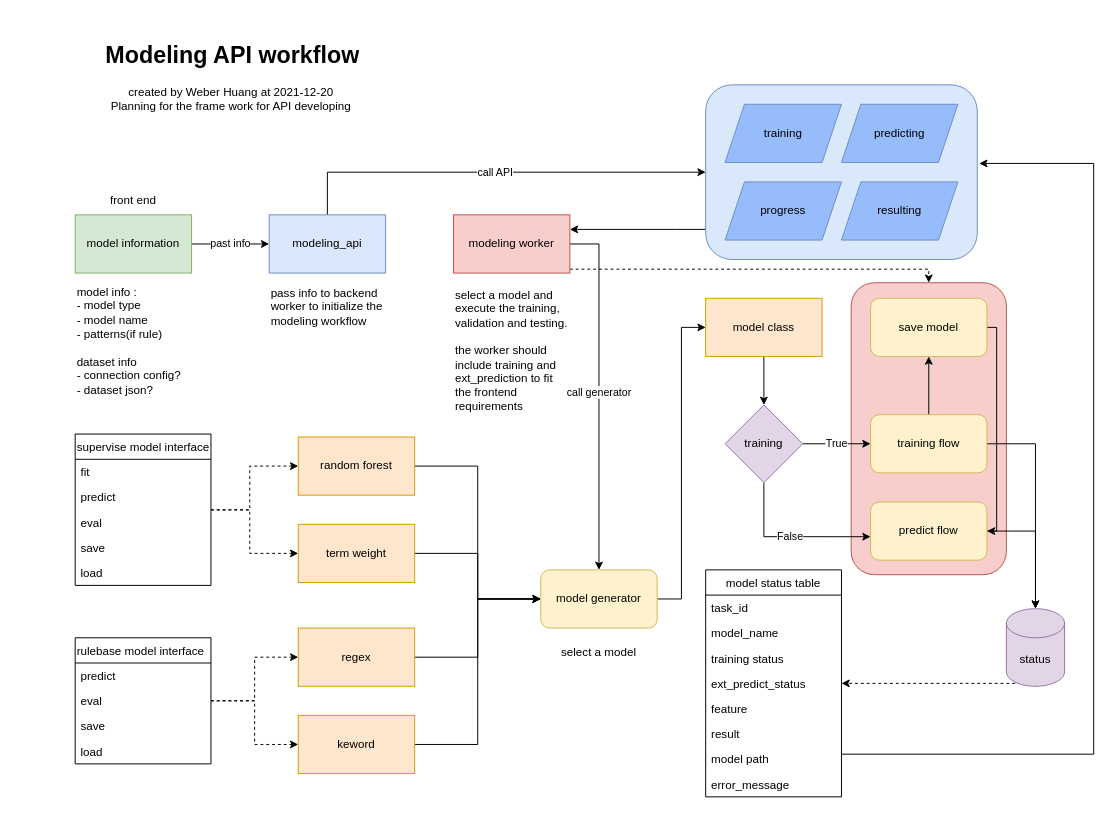
Earlier version of the draw.io diagram page "API planning" (1 of 4) of graph/modeling_api.drawio (ychuang789/labelapi). Source tidied: cells renumbered, new cells numbered last; positions are measured from the earlier drawing's top-left corner, leaving out a move shared by most shapes. Both pictures are drawn from the tidied source at 97%, with x=0, y=0 at pixel (75, 36).
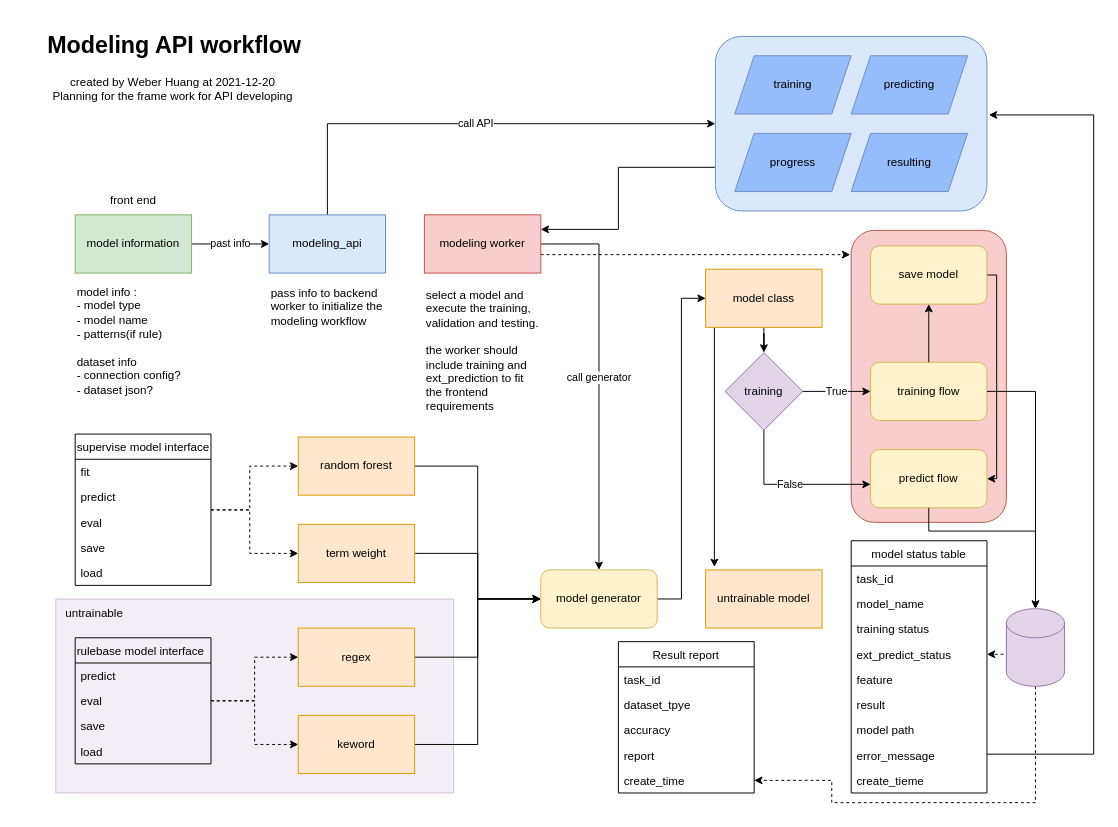
The same diagram, later.

Unchanged cells that the change refers to:
```xml
<mxCell id="7" value="modeling_api" style="rounded=0;whiteSpace=wrap;html=1;fillColor=#dae8fc;strokeColor=#6c8ebf;" parent="1" vertex="1">
  <mxGeometry x="200" y="184" width="120" height="60" as="geometry" />
</mxCell>
<mxCell id="57" value="ext_predict_status" style="text;strokeColor=none;fillColor=none;align=left;verticalAlign=top;spacingLeft=4;spacingRight=4;overflow=hidden;points=[[0,0.5],[1,0.5]];portConstraint=eastwest;" parent="53" vertex="1">
  <mxGeometry y="104" width="140" height="26" as="geometry" />
</mxCell>
<mxCell id="67" style="rounded=1;whiteSpace=wrap;html=1;align=center;fillColor=#dae8fc;strokeColor=#6c8ebf;" parent="66" vertex="1">
  <mxGeometry width="280" height="180" as="geometry" />
</mxCell>
```

What changed in the source:
```diff
@@
-    <mxCell id="2" style="rounded=1;whiteSpace=wrap;html=1;fillColor=#f8cecc;align=center;strokeColor=#b85450;" parent="1" vertex="1">
-      <mxGeometry x="800" y="254" width="160" height="301" as="geometry" />
-    </mxCell>
+    <mxCell id="72" style="edgeStyle=orthogonalEdgeStyle;rounded=0;jettySize=auto;html=1;entryX=1;entryY=0.5;entryDx=0;entryDy=0;dashed=1;" parent="1" edge="1" source="51" target="83">
+      <mxGeometry relative="1" as="geometry">
+        <Array as="points">
+          <mxPoint x="990" y="790" />
+          <mxPoint x="780" y="790" />
+          <mxPoint x="780" y="767" />
+        </Array>
+      </mxGeometry>
+    </mxCell>
+    <mxCell id="73" style="rounded=0;whiteSpace=wrap;html=1;fillColor=#e1d5e7;align=center;strokeColor=#9673a6;opacity=40;" parent="1" vertex="1">
+      <mxGeometry x="-20" y="580" width="410" height="200" as="geometry" />
+    </mxCell>
-    <mxCell id="3" style="edgeStyle=orthogonalEdgeStyle;rounded=0;jettySize=auto;html=1;entryX=1;entryY=0.25;entryDx=0;entryDy=0;" parent="1" edge="1" source="67" target="10">
+    <mxCell id="3" style="edgeStyle=orthogonalEdgeStyle;rounded=0;jettySize=auto;html=1;entryX=1;entryY=0.25;entryDx=0;entryDy=0;exitX=0;exitY=0.75;exitDx=0;exitDy=0;" parent="1" edge="1" source="67" target="10">
       <mxGeometry relative="1" as="geometry">
         <Array as="points">
-          <mxPoint x="620" y="199" />
-          <mxPoint x="620" y="199" />
+          <mxPoint x="560" y="135" />
+          <mxPoint x="560" y="199" />
         </Array>
       </mxGeometry>
     </mxCell>
@@
     <mxCell id="6" value="call API" style="edgeStyle=orthogonalEdgeStyle;rounded=0;jettySize=auto;html=1;entryX=0;entryY=0.5;entryDx=0;entryDy=0;" parent="1" edge="1" source="7" target="67">
       <mxGeometry relative="1" as="geometry">
         <Array as="points">
-          <mxPoint x="260" y="140" />
+          <mxPoint x="260" y="90" />
         </Array>
       </mxGeometry>
     </mxCell>
@@
-    <mxCell id="9" style="edgeStyle=orthogonalEdgeStyle;rounded=0;jettySize=auto;html=1;dashed=1;" parent="1" edge="1" source="10" target="2">
+    <mxCell id="9" style="edgeStyle=orthogonalEdgeStyle;rounded=0;jettySize=auto;html=1;dashed=1;" parent="1" edge="1" source="10">
       <mxGeometry relative="1" as="geometry">
+        <mxPoint x="799" y="225" as="targetPoint" />
         <Array as="points">
-          <mxPoint x="880" y="240" />
+          <mxPoint x="640" y="225" />
+          <mxPoint x="640" y="225" />
         </Array>
       </mxGeometry>
     </mxCell>
     <mxCell id="10" value="modeling worker" style="rounded=0;whiteSpace=wrap;html=1;fillColor=#f8cecc;strokeColor=#b85450;" parent="1" vertex="1">
-      <mxGeometry x="390" y="184" width="120" height="60" as="geometry" />
+      <mxGeometry x="360" y="184" width="120" height="60" as="geometry" />
     </mxCell>
@@
     <mxCell id="13" value="select a model and execute the training, validation and testing.&lt;br&gt;&lt;br&gt;the worker should include training and ext_prediction to fit the frontend requirements" style="text;html=1;strokeColor=none;fillColor=none;align=left;verticalAlign=middle;whiteSpace=wrap;rounded=0;" parent="1" vertex="1">
-      <mxGeometry x="390" y="254" width="120" height="140" as="geometry" />
+      <mxGeometry x="360" y="254" width="120" height="140" as="geometry" />
     </mxCell>
@@
     <mxCell id="39" value="&lt;h1&gt;Modeling API workflow&lt;/h1&gt;&lt;div&gt;created by Weber Huang at 2021-12-20&amp;nbsp;&lt;/div&gt;&lt;div&gt;Planning for the frame work for API developing&amp;nbsp;&lt;/div&gt;" style="text;html=1;strokeColor=none;fillColor=none;spacing=5;spacingTop=-20;whiteSpace=wrap;overflow=hidden;rounded=0;align=center;" parent="1" vertex="1">
-      <mxGeometry width="325" height="80" as="geometry" />
+      <mxGeometry x="-60" y="-10" width="325" height="80" as="geometry" />
     </mxCell>
@@
+    <mxCell id="74" style="edgeStyle=orthogonalEdgeStyle;rounded=0;jettySize=auto;html=1;entryX=0.075;entryY=-0.05;entryDx=0;entryDy=0;entryPerimeter=0;" parent="1" edge="1" source="41" target="84">
+      <mxGeometry relative="1" as="geometry">
+        <Array as="points">
+          <mxPoint x="659" y="370" />
+          <mxPoint x="659" y="370" />
+        </Array>
+      </mxGeometry>
+    </mxCell>
     <mxCell id="41" value="model class" style="rounded=0;whiteSpace=wrap;html=1;align=center;fillColor=#ffe6cc;strokeColor=#d79b00;" parent="1" vertex="1">
-      <mxGeometry x="650" y="270" width="120" height="60" as="geometry" />
+      <mxGeometry x="650" y="240" width="120" height="60" as="geometry" />
     </mxCell>
-    <mxCell id="42" value="True" style="edgeStyle=orthogonalEdgeStyle;rounded=0;jettySize=auto;html=1;entryX=0;entryY=0.5;entryDx=0;entryDy=0;" parent="1" edge="1" source="44" target="47">
-      <mxGeometry relative="1" as="geometry" />
-    </mxCell>
-    <mxCell id="43" value="False" style="edgeStyle=orthogonalEdgeStyle;rounded=0;jettySize=auto;html=1;entryX=0;entryY=0.597;entryDx=0;entryDy=0;entryPerimeter=0;" parent="1" edge="1" source="44" target="49">
-      <mxGeometry relative="1" as="geometry">
-        <Array as="points">
-          <mxPoint x="710" y="516" />
-        </Array>
-      </mxGeometry>
-    </mxCell>
     <mxCell id="44" value="training" style="rhombus;whiteSpace=wrap;html=1;align=center;fillColor=#e1d5e7;strokeColor=#9673a6;" parent="1" vertex="1">
-      <mxGeometry x="670" y="380" width="80" height="80" as="geometry" />
+      <mxGeometry x="670" y="326" width="80" height="80" as="geometry" />
     </mxCell>
-    <mxCell id="45" style="edgeStyle=orthogonalEdgeStyle;rounded=0;jettySize=auto;html=1;entryX=0.5;entryY=0;entryDx=0;entryDy=0;entryPerimeter=0;" parent="1" edge="1" source="47" target="51">
-      <mxGeometry relative="1" as="geometry" />
-    </mxCell>
-    <mxCell id="46" style="edgeStyle=orthogonalEdgeStyle;rounded=0;jettySize=auto;html=1;" parent="1" edge="1" source="47" target="64">
-      <mxGeometry relative="1" as="geometry" />
-    </mxCell>
-    <mxCell id="47" value="training flow" style="rounded=1;whiteSpace=wrap;html=1;align=center;fillColor=#fff2cc;strokeColor=#d6b656;" parent="1" vertex="1">
-      <mxGeometry x="820" y="390" width="120" height="60" as="geometry" />
-    </mxCell>
-    <mxCell id="48" style="edgeStyle=orthogonalEdgeStyle;rounded=0;jettySize=auto;html=1;entryX=0.5;entryY=0;entryDx=0;entryDy=0;entryPerimeter=0;" parent="1" edge="1" source="49" target="51">
-      <mxGeometry relative="1" as="geometry">
-        <Array as="points">
-          <mxPoint x="990" y="510" />
-        </Array>
-      </mxGeometry>
-    </mxCell>
-    <mxCell id="49" value="predict flow" style="rounded=1;whiteSpace=wrap;html=1;align=center;fillColor=#fff2cc;strokeColor=#d6b656;" parent="1" vertex="1">
-      <mxGeometry x="820" y="480" width="120" height="60" as="geometry" />
-    </mxCell>
     <mxCell id="50" style="edgeStyle=orthogonalEdgeStyle;rounded=0;jettySize=auto;html=1;entryX=1;entryY=0.5;entryDx=0;entryDy=0;dashed=1;exitX=0.5;exitY=1;exitDx=0;exitDy=0;exitPerimeter=0;" parent="1" edge="1" source="51" target="57">
       <mxGeometry relative="1" as="geometry">
         <Array as="points">
-          <mxPoint x="990" y="667" />
+          <mxPoint x="990" y="637" />
         </Array>
       </mxGeometry>
     </mxCell>
-    <mxCell id="51" value="status" style="shape=cylinder3;whiteSpace=wrap;html=1;boundedLbl=1;backgroundOutline=1;size=15;align=center;fillColor=#e1d5e7;strokeColor=#9673a6;" parent="1" vertex="1">
+    <mxCell id="51" style="shape=cylinder3;whiteSpace=wrap;html=1;boundedLbl=1;backgroundOutline=1;size=15;align=center;fillColor=#e1d5e7;strokeColor=#9673a6;" parent="1" vertex="1">
       <mxGeometry x="960" y="590" width="60" height="80" as="geometry" />
     </mxCell>
     <mxCell id="52" style="edgeStyle=orthogonalEdgeStyle;rounded=0;jettySize=auto;html=1;entryX=1.007;entryY=0.45;entryDx=0;entryDy=0;entryPerimeter=0;" parent="1" edge="1" source="53" target="67">
       <mxGeometry relative="1" as="geometry">
         <Array as="points">
           <mxPoint x="1050" y="740" />
-          <mxPoint x="1050" y="131" />
+          <mxPoint x="1050" y="81" />
         </Array>
       </mxGeometry>
     </mxCell>
     <mxCell id="53" value="model status table" style="swimlane;fontStyle=0;horizontal=1;startSize=26;fillColor=none;align=center;" parent="1" vertex="1">
-      <mxGeometry x="650" y="550" width="140" height="234" as="geometry" />
+      <mxGeometry x="800" y="520" width="140" height="260" as="geometry" />
     </mxCell>
@@
-    <mxCell id="62" value="select a model" style="text;html=1;strokeColor=none;fillColor=none;align=center;verticalAlign=middle;whiteSpace=wrap;rounded=0;" parent="1" vertex="1">
-      <mxGeometry x="495" y="620" width="90" height="30" as="geometry" />
-    </mxCell>
-    <mxCell id="63" style="edgeStyle=orthogonalEdgeStyle;rounded=0;jettySize=auto;html=1;entryX=1;entryY=0.5;entryDx=0;entryDy=0;" parent="1" edge="1" source="64" target="49">
-      <mxGeometry relative="1" as="geometry">
-        <Array as="points">
-          <mxPoint x="950" y="300" />
-          <mxPoint x="950" y="510" />
-        </Array>
-      </mxGeometry>
-    </mxCell>
-    <mxCell id="64" value="save model" style="whiteSpace=wrap;html=1;rounded=1;fillColor=#fff2cc;strokeColor=#d6b656;" parent="1" vertex="1">
-      <mxGeometry x="820" y="270" width="120" height="60" as="geometry" />
-    </mxCell>
+    <mxCell id="75" value="create_tieme" style="text;strokeColor=none;fillColor=none;align=left;verticalAlign=top;spacingLeft=4;spacingRight=4;overflow=hidden;" parent="53" vertex="1">
+      <mxGeometry y="234" width="140" height="26" as="geometry" />
+    </mxCell>
@@
     <mxCell id="66" style="group;" parent="1" vertex="1">
-      <mxGeometry x="650" y="50" width="280" height="180" as="geometry" />
+      <mxGeometry x="660" width="280" height="180" as="geometry" />
     </mxCell>
@@
+    <mxCell id="76" value="untrainable" style="text;html=1;strokeColor=none;fillColor=none;align=center;verticalAlign=middle;whiteSpace=wrap;rounded=0;" parent="1" vertex="1">
+      <mxGeometry x="-10" y="580" width="60" height="30" as="geometry" />
+    </mxCell>
+    <mxCell id="77" style="group;" parent="1" vertex="1">
+      <mxGeometry x="800" y="200" width="160" height="301" as="geometry" />
+    </mxCell>
+    <mxCell id="2" style="rounded=1;whiteSpace=wrap;html=1;fillColor=#f8cecc;align=center;strokeColor=#b85450;" parent="77" vertex="1">
+      <mxGeometry width="160" height="301" as="geometry" />
+    </mxCell>
+    <mxCell id="47" value="training flow" style="rounded=1;whiteSpace=wrap;html=1;align=center;fillColor=#fff2cc;strokeColor=#d6b656;" parent="77" vertex="1">
+      <mxGeometry x="20" y="136" width="120" height="60" as="geometry" />
+    </mxCell>
+    <mxCell id="49" value="predict flow" style="rounded=1;whiteSpace=wrap;html=1;align=center;fillColor=#fff2cc;strokeColor=#d6b656;" parent="77" vertex="1">
+      <mxGeometry x="20" y="226" width="120" height="60" as="geometry" />
+    </mxCell>
+    <mxCell id="63" style="edgeStyle=orthogonalEdgeStyle;rounded=0;jettySize=auto;html=1;entryX=1;entryY=0.5;entryDx=0;entryDy=0;" parent="77" edge="1" source="64" target="49">
+      <mxGeometry relative="1" as="geometry">
+        <Array as="points">
+          <mxPoint x="150" y="46" />
+          <mxPoint x="150" y="256" />
+        </Array>
+      </mxGeometry>
+    </mxCell>
+    <mxCell id="64" value="save model" style="whiteSpace=wrap;html=1;rounded=1;fillColor=#fff2cc;strokeColor=#d6b656;" parent="77" vertex="1">
+      <mxGeometry x="20" y="16" width="120" height="60" as="geometry" />
+    </mxCell>
+    <mxCell id="46" style="edgeStyle=orthogonalEdgeStyle;rounded=0;jettySize=auto;html=1;" parent="77" edge="1" source="47" target="64">
+      <mxGeometry relative="1" as="geometry" />
+    </mxCell>
+    <mxCell id="42" value="True" style="edgeStyle=orthogonalEdgeStyle;rounded=0;jettySize=auto;html=1;entryX=0;entryY=0.5;entryDx=0;entryDy=0;" parent="1" edge="1" source="44" target="47">
+      <mxGeometry relative="1" as="geometry" />
+    </mxCell>
+    <mxCell id="43" value="False" style="edgeStyle=orthogonalEdgeStyle;rounded=0;jettySize=auto;html=1;entryX=0;entryY=0.597;entryDx=0;entryDy=0;entryPerimeter=0;" parent="1" edge="1" source="44" target="49">
+      <mxGeometry relative="1" as="geometry">
+        <Array as="points">
+          <mxPoint x="710" y="462" />
+        </Array>
+      </mxGeometry>
+    </mxCell>
+    <mxCell id="48" style="edgeStyle=orthogonalEdgeStyle;rounded=0;jettySize=auto;html=1;entryX=0.5;entryY=0;entryDx=0;entryDy=0;entryPerimeter=0;" parent="1" edge="1" source="49" target="51">
+      <mxGeometry relative="1" as="geometry">
+        <Array as="points">
+          <mxPoint x="990" y="510" />
+        </Array>
+      </mxGeometry>
+    </mxCell>
+    <mxCell id="45" style="edgeStyle=orthogonalEdgeStyle;rounded=0;jettySize=auto;html=1;entryX=0.5;entryY=0;entryDx=0;entryDy=0;entryPerimeter=0;" parent="1" edge="1" source="47" target="51">
+      <mxGeometry relative="1" as="geometry" />
+    </mxCell>
+    <mxCell id="78" value="Result report" style="swimlane;fontStyle=0;horizontal=1;startSize=26;fillColor=none;align=center;" parent="1" vertex="1">
+      <mxGeometry x="560" y="624" width="140" height="156" as="geometry" />
+    </mxCell>
+    <mxCell id="79" value="task_id" style="text;strokeColor=none;fillColor=none;align=left;verticalAlign=top;spacingLeft=4;spacingRight=4;overflow=hidden;" parent="78" vertex="1">
+      <mxGeometry y="26" width="140" height="26" as="geometry" />
+    </mxCell>
+    <mxCell id="80" value="dataset_tpye" style="text;strokeColor=none;fillColor=none;align=left;verticalAlign=top;spacingLeft=4;spacingRight=4;overflow=hidden;" parent="78" vertex="1">
+      <mxGeometry y="52" width="140" height="26" as="geometry" />
+    </mxCell>
+    <mxCell id="81" value="accuracy" style="text;strokeColor=none;fillColor=none;align=left;verticalAlign=top;spacingLeft=4;spacingRight=4;overflow=hidden;" parent="78" vertex="1">
+      <mxGeometry y="78" width="140" height="26" as="geometry" />
+    </mxCell>
+    <mxCell id="82" value="report" style="text;strokeColor=none;fillColor=none;align=left;verticalAlign=top;spacingLeft=4;spacingRight=4;overflow=hidden;" parent="78" vertex="1">
+      <mxGeometry y="104" width="140" height="26" as="geometry" />
+    </mxCell>
+    <mxCell id="83" value="create_time" style="text;strokeColor=none;fillColor=none;align=left;verticalAlign=top;spacingLeft=4;spacingRight=4;overflow=hidden;points=[[0,0.5],[1,0.5]];portConstraint=eastwest;" parent="78" vertex="1">
+      <mxGeometry y="130" width="140" height="26" as="geometry" />
+    </mxCell>
+    <mxCell id="84" value="untrainable model" style="rounded=0;whiteSpace=wrap;html=1;align=center;fillColor=#ffe6cc;strokeColor=#d79b00;" parent="1" vertex="1">
+      <mxGeometry x="650" y="550" width="120" height="60" as="geometry" />
+    </mxCell>
```
